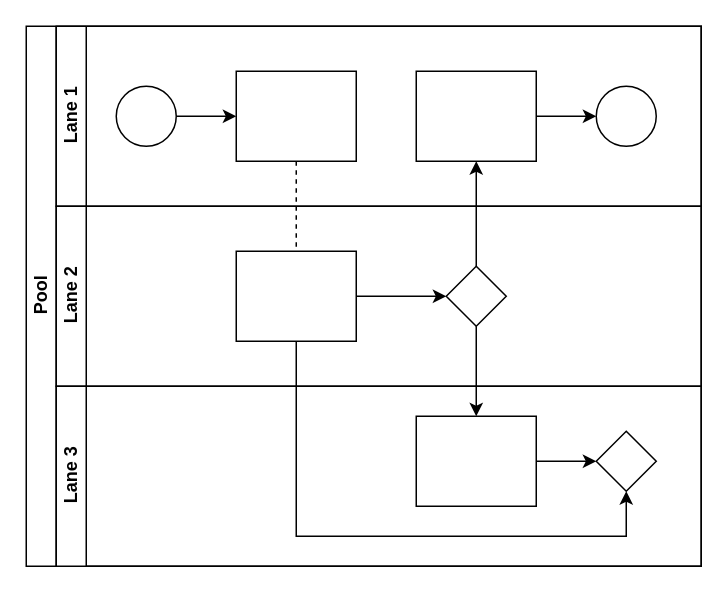
The draw.io diagram 240907.drawio in xipinggg/draw, before the edit. Source tidied: cells renumbered, new cells numbered last; positions are measured from the earlier drawing's top-left corner, leaving out a move shared by most shapes. Both pictures are drawn from the tidied source at 150%, with x=0, y=0 at pixel (26, 26).
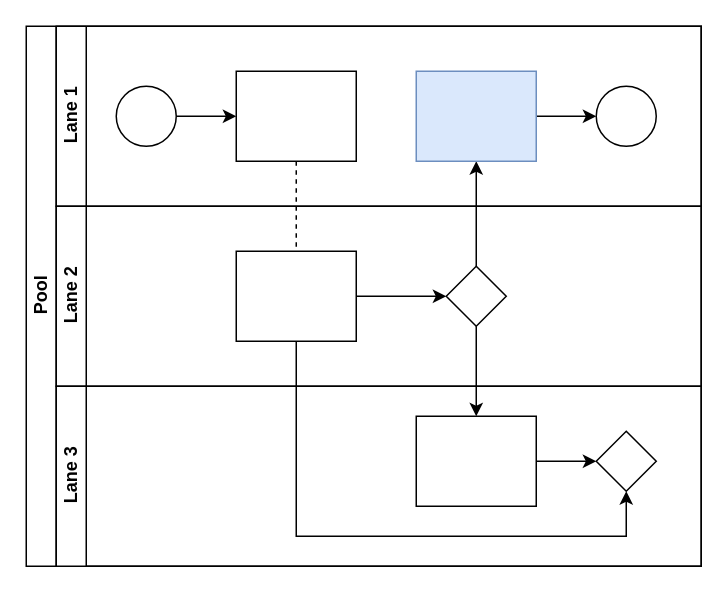
The same page after the edit.

The change refers to these unchanged cells:
```xml
<mxCell id="7" value="Lane 1" style="swimlane;html=1;startSize=20;horizontal=0;" parent="2" vertex="1">
  <mxGeometry x="20" width="430" height="120" as="geometry" />
</mxCell>
```

Change to the diagram source:
```diff
@@
-    <mxCell id="12" style="rounded=0;whiteSpace=wrap;html=1;fontFamily=Helvetica;fontSize=12;fontColor=#000000;align=center;" parent="7" vertex="1">
+    <mxCell id="12" style="rounded=0;whiteSpace=wrap;html=1;fontFamily=Helvetica;fontSize=12;align=center;fillColor=#dae8fc;strokeColor=#6c8ebf;" parent="7" vertex="1">
       <mxGeometry x="240" y="30" width="80" height="60" as="geometry" />
     </mxCell>
```
